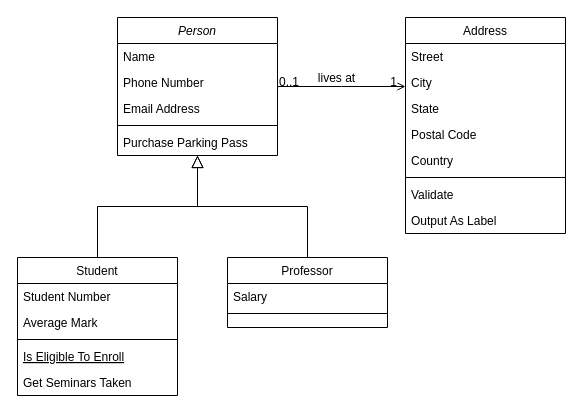
This is Untitled Diagram.drawio from SeungHunL/TIL, a draw.io file, before an edit. Source tidied: cells renumbered, new cells numbered last; positions are measured from the earlier drawing's top-left corner, leaving out a move shared by most shapes. Both pictures are drawn from the tidied source at 100%, with x=0, y=0 at pixel (17, 17).
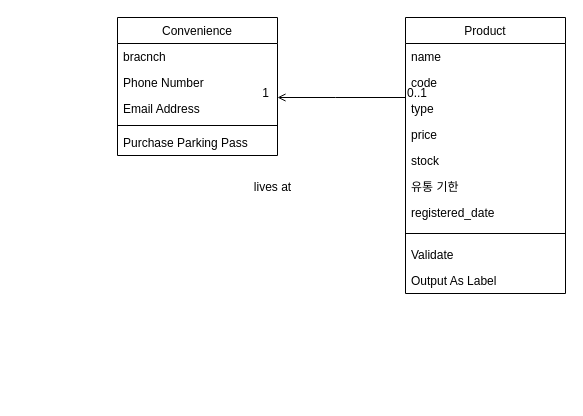
After the change.

What changed in the source:
```diff
@@
-    <mxCell id="2" value="Person" style="swimlane;fontStyle=2;align=center;verticalAlign=top;horizontal=1;startSize=26;rounded=0;shadow=0;strokeWidth=1;" parent="1" vertex="1">
+    <mxCell id="2" value="Convenience" style="swimlane;fontStyle=0;align=center;verticalAlign=top;horizontal=1;startSize=26;rounded=0;shadow=0;strokeWidth=1;" parent="1" vertex="1">
       <mxGeometry x="100" width="160" height="138" as="geometry" />
     </mxCell>
-    <mxCell id="3" value="Name" style="text;align=left;verticalAlign=top;spacingLeft=4;spacingRight=4;overflow=hidden;" parent="2" vertex="1">
+    <mxCell id="3" value="bracnch" style="text;align=left;verticalAlign=top;spacingLeft=4;spacingRight=4;overflow=hidden;" parent="2" vertex="1">
       <mxGeometry y="26" width="160" height="26" as="geometry" />
     </mxCell>
@@
-    <mxCell id="8" value="Student" style="swimlane;fontStyle=0;align=center;verticalAlign=top;horizontal=1;startSize=26;rounded=0;shadow=0;strokeWidth=1;" parent="1" vertex="1">
-      <mxGeometry y="240" width="160" height="138" as="geometry" />
-    </mxCell>
-    <mxCell id="9" value="Student Number" style="text;align=left;verticalAlign=top;spacingLeft=4;spacingRight=4;overflow=hidden;" parent="8" vertex="1">
-      <mxGeometry y="26" width="160" height="26" as="geometry" />
-    </mxCell>
-    <mxCell id="10" value="Average Mark" style="text;align=left;verticalAlign=top;spacingLeft=4;spacingRight=4;overflow=hidden;rounded=0;shadow=0;html=0;" parent="8" vertex="1">
-      <mxGeometry y="52" width="160" height="26" as="geometry" />
-    </mxCell>
-    <mxCell id="11" style="line;html=1;strokeWidth=1;align=left;verticalAlign=middle;spacingTop=-1;spacingLeft=3;spacingRight=3;labelPosition=right;" parent="8" vertex="1">
-      <mxGeometry y="78" width="160" height="8" as="geometry" />
-    </mxCell>
-    <mxCell id="12" value="Is Eligible To Enroll" style="text;align=left;verticalAlign=top;spacingLeft=4;spacingRight=4;overflow=hidden;fontStyle=4;" parent="8" vertex="1">
-      <mxGeometry y="86" width="160" height="26" as="geometry" />
-    </mxCell>
-    <mxCell id="13" value="Get Seminars Taken" style="text;align=left;verticalAlign=top;spacingLeft=4;spacingRight=4;overflow=hidden;" parent="8" vertex="1">
-      <mxGeometry y="112" width="160" height="26" as="geometry" />
-    </mxCell>
-    <mxCell id="14" style="endArrow=block;endSize=10;endFill=0;shadow=0;strokeWidth=1;rounded=0;edgeStyle=elbowEdgeStyle;elbow=vertical;" parent="1" edge="1" source="8" target="2">
-      <mxGeometry relative="1" as="geometry" />
-    </mxCell>
-    <mxCell id="15" value="Professor" style="swimlane;fontStyle=0;align=center;verticalAlign=top;horizontal=1;startSize=26;rounded=0;shadow=0;strokeWidth=1;" parent="1" vertex="1">
-      <mxGeometry x="210" y="240" width="160" height="70" as="geometry" />
-    </mxCell>
-    <mxCell id="16" value="Salary" style="text;align=left;verticalAlign=top;spacingLeft=4;spacingRight=4;overflow=hidden;" parent="15" vertex="1">
-      <mxGeometry y="26" width="160" height="26" as="geometry" />
-    </mxCell>
-    <mxCell id="17" style="line;html=1;strokeWidth=1;align=left;verticalAlign=middle;spacingTop=-1;spacingLeft=3;spacingRight=3;labelPosition=right;" parent="15" vertex="1">
-      <mxGeometry y="52" width="160" height="8" as="geometry" />
-    </mxCell>
-    <mxCell id="18" style="endArrow=block;endSize=10;endFill=0;shadow=0;strokeWidth=1;rounded=0;edgeStyle=elbowEdgeStyle;elbow=vertical;" parent="1" edge="1" source="15" target="2">
-      <mxGeometry relative="1" as="geometry" />
-    </mxCell>
-    <mxCell id="19" value="Address" style="swimlane;fontStyle=0;align=center;verticalAlign=top;horizontal=1;startSize=26;rounded=0;shadow=0;strokeWidth=1;" parent="1" vertex="1">
-      <mxGeometry x="388" width="160" height="216" as="geometry" />
+    <mxCell id="19" value="Product" style="swimlane;fontStyle=0;align=center;verticalAlign=top;horizontal=1;startSize=26;rounded=0;shadow=0;strokeWidth=1;" parent="1" vertex="1">
+      <mxGeometry x="388" width="160" height="276" as="geometry" />
     </mxCell>
+    <mxCell id="32" value="name" style="text;align=left;verticalAlign=top;spacingLeft=4;spacingRight=4;overflow=hidden;rounded=0;shadow=0;html=0;" parent="19" vertex="1">
+      <mxGeometry y="26" width="160" height="26" as="geometry" />
+    </mxCell>
+    <mxCell id="23" value="code" style="text;align=left;verticalAlign=top;spacingLeft=4;spacingRight=4;overflow=hidden;rounded=0;shadow=0;html=0;" parent="19" vertex="1">
+      <mxGeometry y="52" width="160" height="26" as="geometry" />
+    </mxCell>
+    <mxCell id="22" value="type" style="text;align=left;verticalAlign=top;spacingLeft=4;spacingRight=4;overflow=hidden;rounded=0;shadow=0;html=0;" parent="19" vertex="1">
+      <mxGeometry y="78" width="160" height="26" as="geometry" />
+    </mxCell>
+    <mxCell id="24" value="price" style="text;align=left;verticalAlign=top;spacingLeft=4;spacingRight=4;overflow=hidden;rounded=0;shadow=0;html=0;" parent="19" vertex="1">
+      <mxGeometry y="104" width="160" height="26" as="geometry" />
+    </mxCell>
+    <mxCell id="33" value="stock" style="text;align=left;verticalAlign=top;spacingLeft=4;spacingRight=4;overflow=hidden;" parent="19" vertex="1">
+      <mxGeometry y="130" width="160" height="26" as="geometry" />
+    </mxCell>
+    <mxCell id="21" value="유통 기한" style="text;align=left;verticalAlign=top;spacingLeft=4;spacingRight=4;overflow=hidden;rounded=0;shadow=0;html=0;" parent="19" vertex="1">
+      <mxGeometry y="156" width="160" height="26" as="geometry" />
+    </mxCell>
-    <mxCell id="20" value="Street" style="text;align=left;verticalAlign=top;spacingLeft=4;spacingRight=4;overflow=hidden;" parent="19" vertex="1">
-      <mxGeometry y="26" width="160" height="26" as="geometry" />
+    <mxCell id="20" value="registered_date" style="text;align=left;verticalAlign=top;spacingLeft=4;spacingRight=4;overflow=hidden;" parent="19" vertex="1">
+      <mxGeometry y="182" width="160" height="26" as="geometry" />
     </mxCell>
-    <mxCell id="21" value="City" style="text;align=left;verticalAlign=top;spacingLeft=4;spacingRight=4;overflow=hidden;rounded=0;shadow=0;html=0;" parent="19" vertex="1">
-      <mxGeometry y="52" width="160" height="26" as="geometry" />
-    </mxCell>
-    <mxCell id="22" value="State" style="text;align=left;verticalAlign=top;spacingLeft=4;spacingRight=4;overflow=hidden;rounded=0;shadow=0;html=0;" parent="19" vertex="1">
-      <mxGeometry y="78" width="160" height="26" as="geometry" />
-    </mxCell>
-    <mxCell id="23" value="Postal Code" style="text;align=left;verticalAlign=top;spacingLeft=4;spacingRight=4;overflow=hidden;rounded=0;shadow=0;html=0;" parent="19" vertex="1">
-      <mxGeometry y="104" width="160" height="26" as="geometry" />
-    </mxCell>
-    <mxCell id="24" value="Country" style="text;align=left;verticalAlign=top;spacingLeft=4;spacingRight=4;overflow=hidden;rounded=0;shadow=0;html=0;" parent="19" vertex="1">
-      <mxGeometry y="130" width="160" height="26" as="geometry" />
-    </mxCell>
     <mxCell id="25" style="line;html=1;strokeWidth=1;align=left;verticalAlign=middle;spacingTop=-1;spacingLeft=3;spacingRight=3;labelPosition=right;" parent="19" vertex="1">
-      <mxGeometry y="156" width="160" height="8" as="geometry" />
+      <mxGeometry y="208" width="160" height="16" as="geometry" />
     </mxCell>
     <mxCell id="26" value="Validate" style="text;align=left;verticalAlign=top;spacingLeft=4;spacingRight=4;overflow=hidden;" parent="19" vertex="1">
-      <mxGeometry y="164" width="160" height="26" as="geometry" />
+      <mxGeometry y="224" width="160" height="26" as="geometry" />
     </mxCell>
     <mxCell id="27" value="Output As Label" style="text;align=left;verticalAlign=top;spacingLeft=4;spacingRight=4;overflow=hidden;" parent="19" vertex="1">
-      <mxGeometry y="190" width="160" height="26" as="geometry" />
+      <mxGeometry y="250" width="160" height="26" as="geometry" />
     </mxCell>
-    <mxCell id="28" style="endArrow=open;shadow=0;strokeWidth=1;rounded=0;endFill=1;edgeStyle=elbowEdgeStyle;elbow=vertical;" parent="1" edge="1" source="2" target="19">
+    <mxCell id="28" style="endArrow=open;shadow=0;strokeWidth=1;rounded=0;endFill=1;edgeStyle=elbowEdgeStyle;elbow=vertical;" parent="1" edge="1">
       <mxGeometry x="0.5" y="41" relative="1" as="geometry">
+        <mxPoint x="388" y="80" as="sourcePoint" />
+        <mxPoint x="260" y="80" as="targetPoint" />
+        <Array as="points">
+          <mxPoint x="318" y="80" />
+        </Array>
         <mxPoint x="-40" y="32" as="offset" />
       </mxGeometry>
     </mxCell>
```
